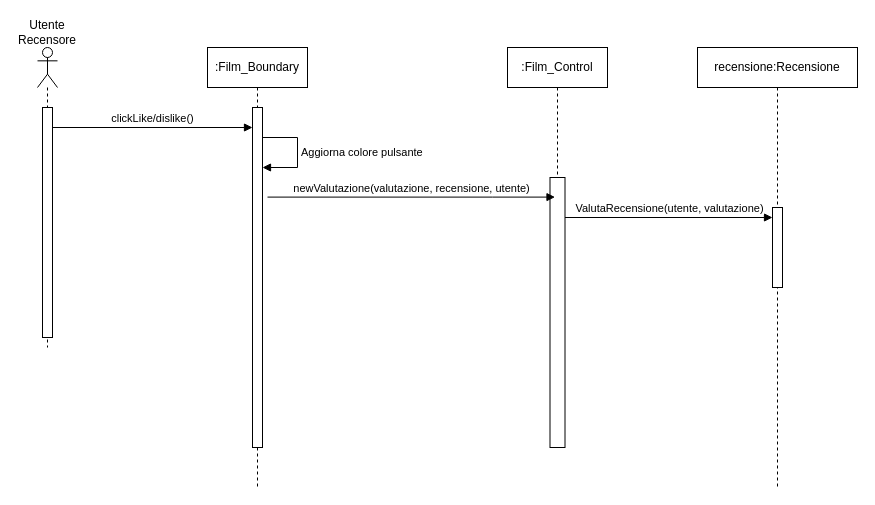
Before: New Diagrams/Sequence Diagrams/UC14 Valutazione di una recensione.drawio in superfra01/Rated, a draw.io diagram. Source tidied: cells renumbered, new cells numbered last; positions are measured from the earlier drawing's top-left corner, leaving out a move shared by most shapes. Both pictures are drawn from the tidied source at 100%, with x=0, y=0 at pixel (17, 17).
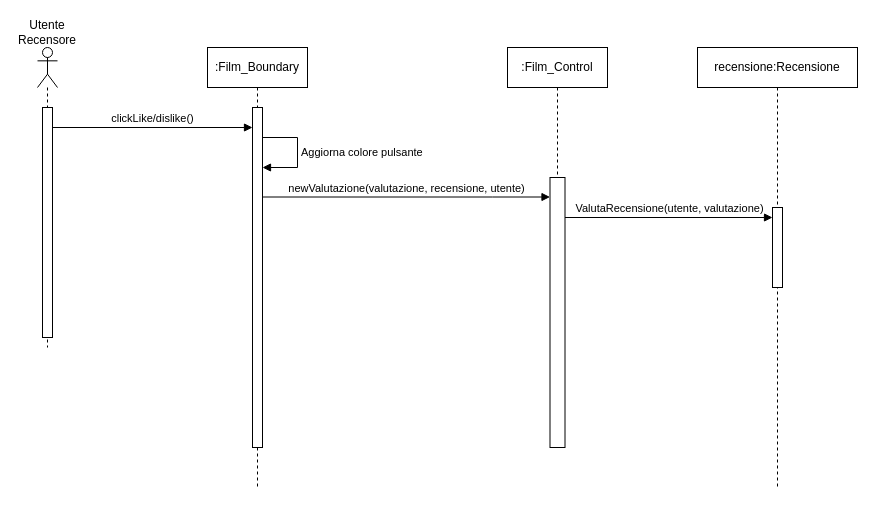
Above is the later version.

The edit, as a diff of the source:
```diff
@@
 <mxGraphModel>
   <root>
     <mxCell id="0" />
     <mxCell id="1" parent="0" />
     <mxCell id="2" style="shape=umlLifeline;perimeter=lifelinePerimeter;whiteSpace=wrap;html=1;newEdgeStyle={&quot;curved&quot;:0,&quot;rounded&quot;:0};participant=umlActor;" parent="1" vertex="1">
       <mxGeometry x="20" y="30" width="20" height="300" as="geometry" />
     </mxCell>
     <mxCell id="3" style="html=1;perimeter=orthogonalPerimeter;targetShapes=umlLifeline;newEdgeStyle={&quot;curved&quot;:0,&quot;rounded&quot;:0};" parent="2" vertex="1">
       <mxGeometry x="5" y="60" width="10" height="230" as="geometry" />
     </mxCell>
     <mxCell id="4" value="Utente Recensore" style="text;html=1;align=center;verticalAlign=middle;whiteSpace=wrap;rounded=0;" parent="1" vertex="1">
       <mxGeometry width="60" height="30" as="geometry" />
     </mxCell>
     <mxCell id="5" value=":Film_Boundary" style="shape=umlLifeline;perimeter=lifelinePerimeter;whiteSpace=wrap;html=1;newEdgeStyle={&quot;curved&quot;:0,&quot;rounded&quot;:0};" parent="1" vertex="1">
       <mxGeometry x="190" y="30" width="100" height="440" as="geometry" />
     </mxCell>
     <mxCell id="6" style="html=1;points=[[0,0,0,0,5],[0,1,0,0,-5],[1,0,0,0,5],[1,1,0,0,-5]];perimeter=orthogonalPerimeter;outlineConnect=0;targetShapes=umlLifeline;portConstraint=eastwest;newEdgeStyle={&quot;curved&quot;:0,&quot;rounded&quot;:0};" parent="5" vertex="1">
       <mxGeometry x="45" y="60" width="10" height="340" as="geometry" />
     </mxCell>
     <mxCell id="7" value="Aggiorna colore pulsante" style="html=1;align=left;spacingLeft=2;endArrow=block;rounded=0;edgeStyle=orthogonalEdgeStyle;curved=0;rounded=0;" parent="5" edge="1" source="6" target="6">
       <mxGeometry relative="1" as="geometry">
         <Array as="points">
           <mxPoint x="90" y="90" />
           <mxPoint x="90" y="120" />
         </Array>
       </mxGeometry>
     </mxCell>
     <mxCell id="8" value="clickLike/dislike()" style="html=1;verticalAlign=bottom;endArrow=block;curved=0;rounded=0;" parent="1" edge="1" target="6">
       <mxGeometry relative="1" as="geometry">
         <mxPoint x="35" y="110" as="sourcePoint" />
       </mxGeometry>
     </mxCell>
     <mxCell id="9" value="recensione:Recensione" style="shape=umlLifeline;perimeter=lifelinePerimeter;whiteSpace=wrap;html=1;newEdgeStyle={&quot;curved&quot;:0,&quot;rounded&quot;:0};" parent="1" vertex="1">
       <mxGeometry x="680" y="30" width="160" height="440" as="geometry" />
     </mxCell>
     <mxCell id="10" style="html=1;points=[[0,0,0,0,5],[0,1,0,0,-5],[1,0,0,0,5],[1,1,0,0,-5]];perimeter=orthogonalPerimeter;outlineConnect=0;targetShapes=umlLifeline;portConstraint=eastwest;newEdgeStyle={&quot;curved&quot;:0,&quot;rounded&quot;:0};" parent="9" vertex="1">
       <mxGeometry x="75" y="160" width="10" height="80" as="geometry" />
     </mxCell>
     <mxCell id="11" value=":Film_Control" style="shape=umlLifeline;perimeter=lifelinePerimeter;whiteSpace=wrap;html=1;newEdgeStyle={&quot;curved&quot;:0,&quot;rounded&quot;:0};" parent="1" vertex="1">
       <mxGeometry x="490" y="30" width="100" height="400" as="geometry" />
     </mxCell>
     <mxCell id="12" style="html=1;points=[[0,0,0,0,5],[0,1,0,0,-5],[1,0,0,0,5],[1,1,0,0,-5]];perimeter=orthogonalPerimeter;outlineConnect=0;targetShapes=umlLifeline;portConstraint=eastwest;newEdgeStyle={&quot;curved&quot;:0,&quot;rounded&quot;:0};" parent="11" vertex="1">
       <mxGeometry x="42.5" y="130" width="15" height="270" as="geometry" />
     </mxCell>
-    <mxCell id="13" value="newValutazione(valutazione, recensione, utente)" style="html=1;verticalAlign=bottom;endArrow=block;curved=0;rounded=0;" parent="1" edge="1">
+    <mxCell id="13" value="newValutazione(valutazione, recensione, utente)" style="html=1;verticalAlign=bottom;endArrow=block;curved=0;rounded=0;" parent="1" edge="1" source="6" target="12">
       <mxGeometry relative="1" as="geometry">
-        <mxPoint x="250" y="179.6" as="sourcePoint" />
-        <mxPoint x="537.5" y="179.6" as="targetPoint" />
         <Array as="points">
-          <mxPoint x="475" y="179.6" />
+          <mxPoint x="475" y="179.5" />
         </Array>
       </mxGeometry>
     </mxCell>
     <mxCell id="14" value="ValutaRecensione(utente, valutazione)" style="html=1;verticalAlign=bottom;endArrow=block;curved=0;rounded=0;" parent="1" edge="1" target="10">
       <mxGeometry relative="1" as="geometry">
         <mxPoint x="547.5" y="200" as="sourcePoint" />
       </mxGeometry>
     </mxCell>
   </root>
 </mxGraphModel>
```
